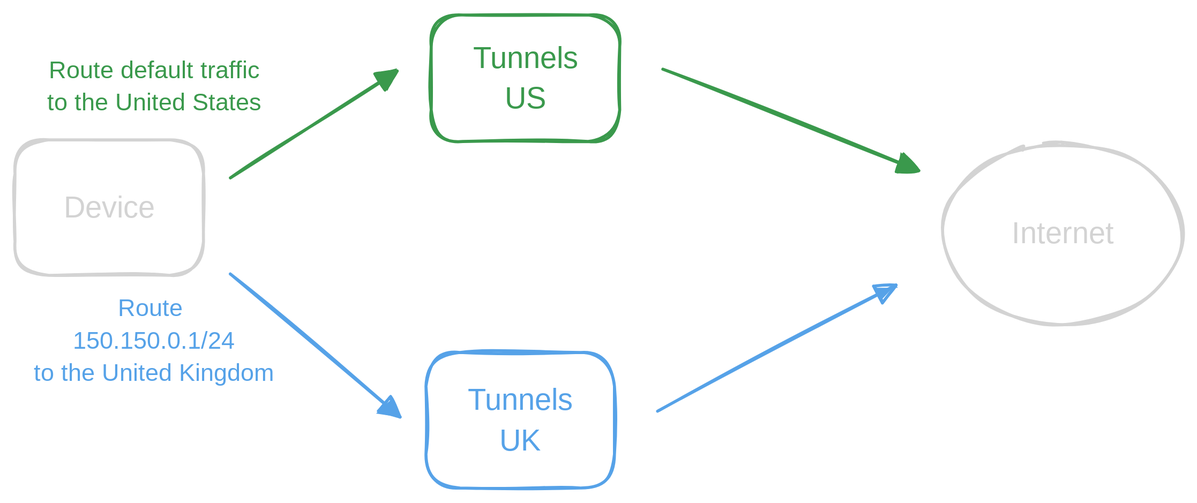
Earlier version of the Excalidraw export v3/diagrams/public-routable-vpn.svg (tunnels-is/media). Source tidied: one line per element, renumbered; positions are measured from the earlier drawing's top-left corner, leaving out a move shared by most shapes.
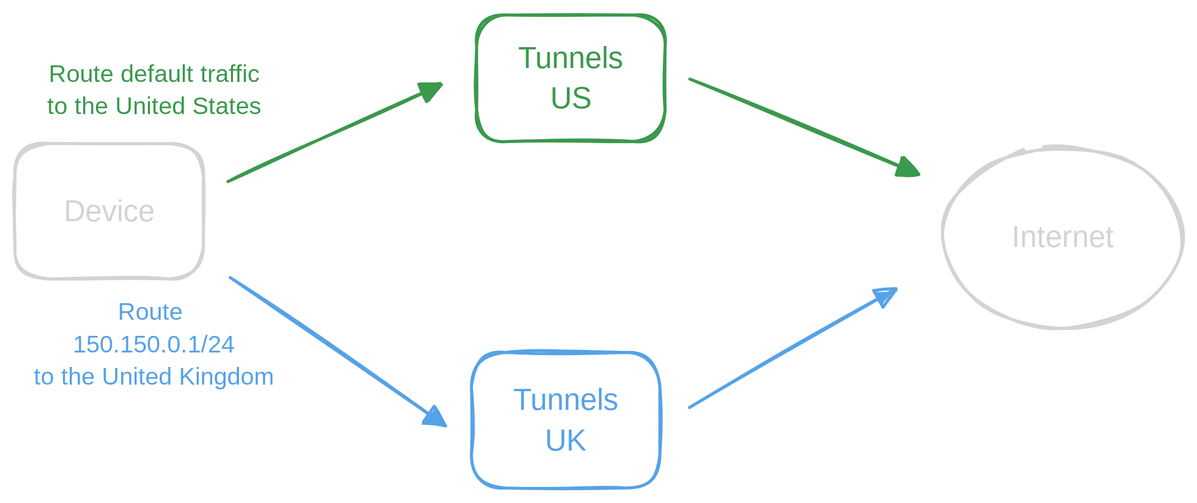
The same diagram one commit later.

What changed in the source:
```diff
@@ -1,14 +1,14 @@
 {"id": 0, "type": "rectangle", "strokeColor": "#1e1e1e", "strokeWidth": 2, "roughness": 1, "round": true, "x": 0, "y": 83, "width": 126, "height": 90}
 {"id": 1, "type": "text", "text": "Device", "strokeColor": "#1e1e1e", "strokeWidth": 2, "roughness": 1, "fontSize": 20, "fontFamily": 6, "textAlign": "center", "verticalAlign": "middle", "inside": 0, "x": 32, "y": 115, "width": 61, "height": 27}
-{"id": 2, "type": "rectangle", "strokeColor": "#2f9e44", "strokeWidth": 2, "roughness": 1, "round": true, "x": 277, "y": 0, "width": 126, "height": 84}
+{"id": 2, "type": "rectangle", "strokeColor": "#2f9e44", "strokeWidth": 2, "roughness": 1, "round": true, "x": 308, "y": -2, "width": 126, "height": 84}
-{"id": 3, "type": "text", "text": "Tunnels\nUS", "strokeColor": "#2f9e44", "strokeWidth": 2, "roughness": 1, "fontSize": 20, "fontFamily": 6, "textAlign": "center", "verticalAlign": "middle", "inside": 2, "x": 304, "y": 15, "width": 73, "height": 54}
+{"id": 3, "type": "text", "text": "Tunnels\nUS", "strokeColor": "#2f9e44", "strokeWidth": 2, "roughness": 1, "fontSize": 20, "fontFamily": 6, "textAlign": "center", "verticalAlign": "middle", "inside": 2, "x": 334, "y": 13, "width": 73, "height": 54}
 {"id": 4, "type": "ellipse", "strokeColor": "#1e1e1e", "strokeWidth": 2, "roughness": 1, "round": true, "x": 619, "y": 85, "width": 159, "height": 120}
 {"id": 5, "type": "text", "text": "Internet", "strokeColor": "#1e1e1e", "strokeWidth": 2, "roughness": 1, "fontSize": 20, "fontFamily": 6, "textAlign": "center", "verticalAlign": "middle", "inside": 4, "x": 662, "y": 132, "width": 73, "height": 27}
-{"id": 6, "type": "arrow", "strokeColor": "#2f9e44", "strokeWidth": 2, "roughness": 1, "endArrowhead": "triangle", "x": 144, "y": 109, "width": 111, "height": 71, "points": [[0, 0], [111, -71]]}
+{"id": 6, "type": "arrow", "strokeColor": "#2f9e44", "strokeWidth": 2, "roughness": 1, "endArrowhead": "triangle", "from": 0, "x": 142, "y": 109, "width": 142, "height": 65, "points": [[0, 0], [142, -65]]}
-{"id": 7, "type": "arrow", "strokeColor": "#2f9e44", "strokeWidth": 2, "roughness": 1, "endArrowhead": "triangle", "to": 4, "x": 432, "y": 36, "width": 171, "height": 68, "points": [[0, 0], [171, 68]]}
+{"id": 7, "type": "arrow", "strokeColor": "#2f9e44", "strokeWidth": 2, "roughness": 1, "endArrowhead": "triangle", "from": 2, "to": 4, "x": 450, "y": 40, "width": 153, "height": 64, "points": [[0, 0], [153, 64]]}
-{"id": 8, "type": "rectangle", "strokeColor": "#1971c2", "strokeWidth": 2, "roughness": 1, "round": true, "x": 274, "y": 225, "width": 126, "height": 90}
+{"id": 8, "type": "rectangle", "strokeColor": "#1971c2", "strokeWidth": 2, "roughness": 1, "round": true, "x": 304, "y": 223, "width": 126, "height": 90}
-{"id": 9, "type": "text", "text": "Tunnels\nUK", "strokeColor": "#1971c2", "strokeWidth": 2, "roughness": 1, "fontSize": 20, "fontFamily": 6, "textAlign": "center", "verticalAlign": "middle", "inside": 8, "x": 300, "y": 243, "width": 73, "height": 54}
+{"id": 9, "type": "text", "text": "Tunnels\nUK", "strokeColor": "#1971c2", "strokeWidth": 2, "roughness": 1, "fontSize": 20, "fontFamily": 6, "textAlign": "center", "verticalAlign": "middle", "inside": 8, "x": 330, "y": 241, "width": 73, "height": 54}
-{"id": 10, "type": "arrow", "strokeColor": "#1971c2", "strokeWidth": 2, "roughness": 1, "endArrowhead": "triangle", "x": 428, "y": 264, "width": 159, "height": 84, "points": [[0, 0], [159, -84]]}
+{"id": 10, "type": "arrow", "strokeColor": "#1971c2", "strokeWidth": 2, "roughness": 1, "endArrowhead": "triangle", "from": 8, "x": 450, "y": 259, "width": 138, "height": 79, "points": [[0, 0], [138, -79]]}
-{"id": 11, "type": "arrow", "strokeColor": "#1971c2", "strokeWidth": 2, "roughness": 1, "endArrowhead": "triangle", "from": 0, "to": 8, "x": 144, "y": 173, "width": 113, "height": 95, "points": [[0, 0], [113, 95]]}
+{"id": 11, "type": "arrow", "strokeColor": "#1971c2", "strokeWidth": 2, "roughness": 1, "endArrowhead": "triangle", "from": 0, "to": 8, "x": 144, "y": 173, "width": 143, "height": 99, "points": [[0, 0], [143, 99]]}
 {"id": 12, "type": "text", "text": "Route \n150.150.0.1/24\nto the United Kingdom", "strokeColor": "#1971c2", "strokeWidth": 2, "roughness": 1, "fontSize": 16, "fontFamily": 6, "textAlign": "center", "x": 9, "y": 185, "width": 166, "height": 65}
 {"id": 13, "type": "text", "text": "Route default traffic\nto the United States", "strokeColor": "#2f9e44", "strokeWidth": 2, "roughness": 1, "fontSize": 16, "fontFamily": 6, "textAlign": "center", "x": 19, "y": 26, "width": 148, "height": 43}
```
